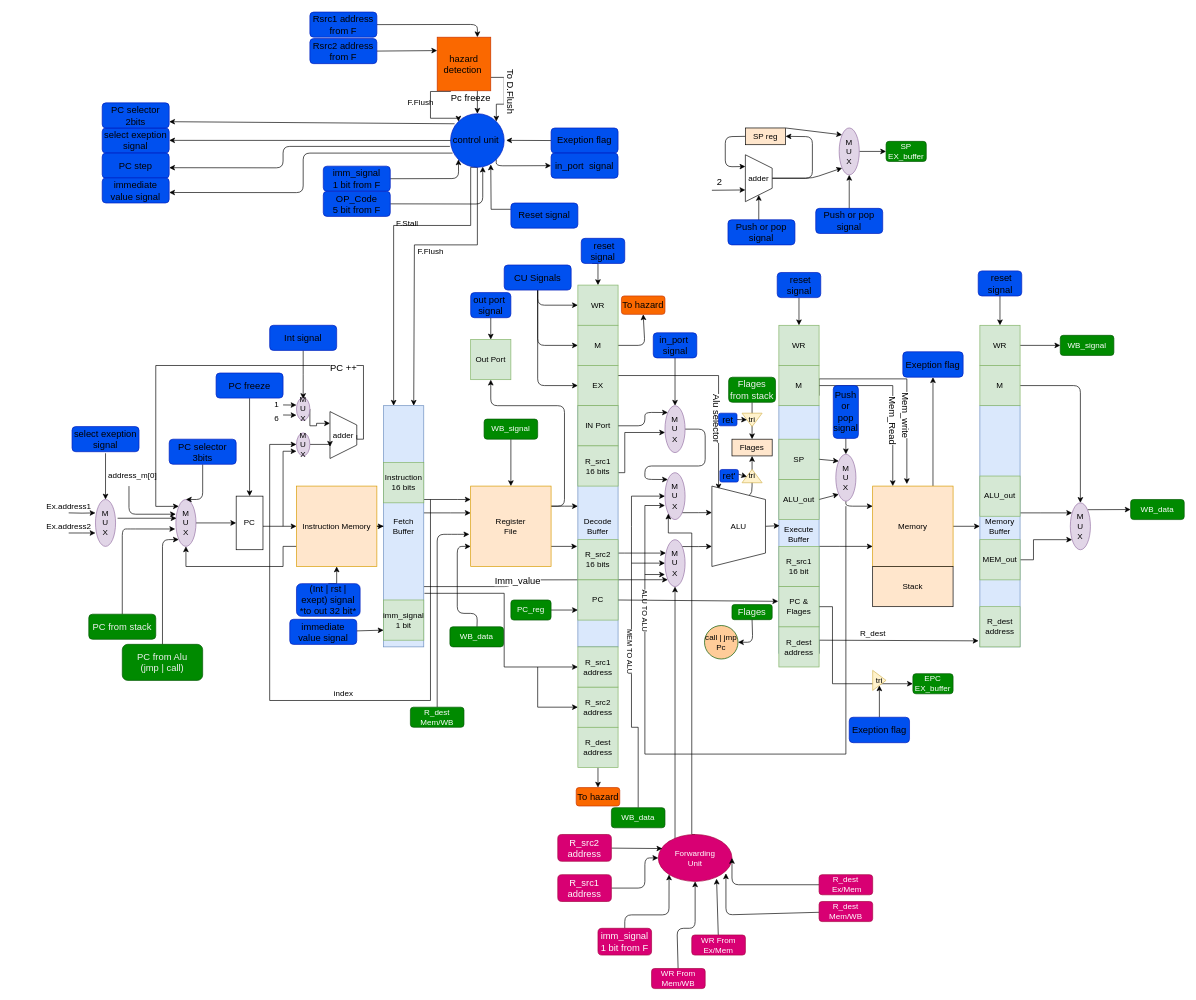
menna15/RISCPiP keeps this draw.io diagram as labeled_Schema.drawio. Above is the earlier version. Source tidied: cells renumbered, new cells numbered last; positions are measured from the earlier drawing's top-left corner, leaving out a move shared by most shapes. Both pictures are drawn from the tidied source at 67%, with x=0, y=0 at pixel (42, 11).
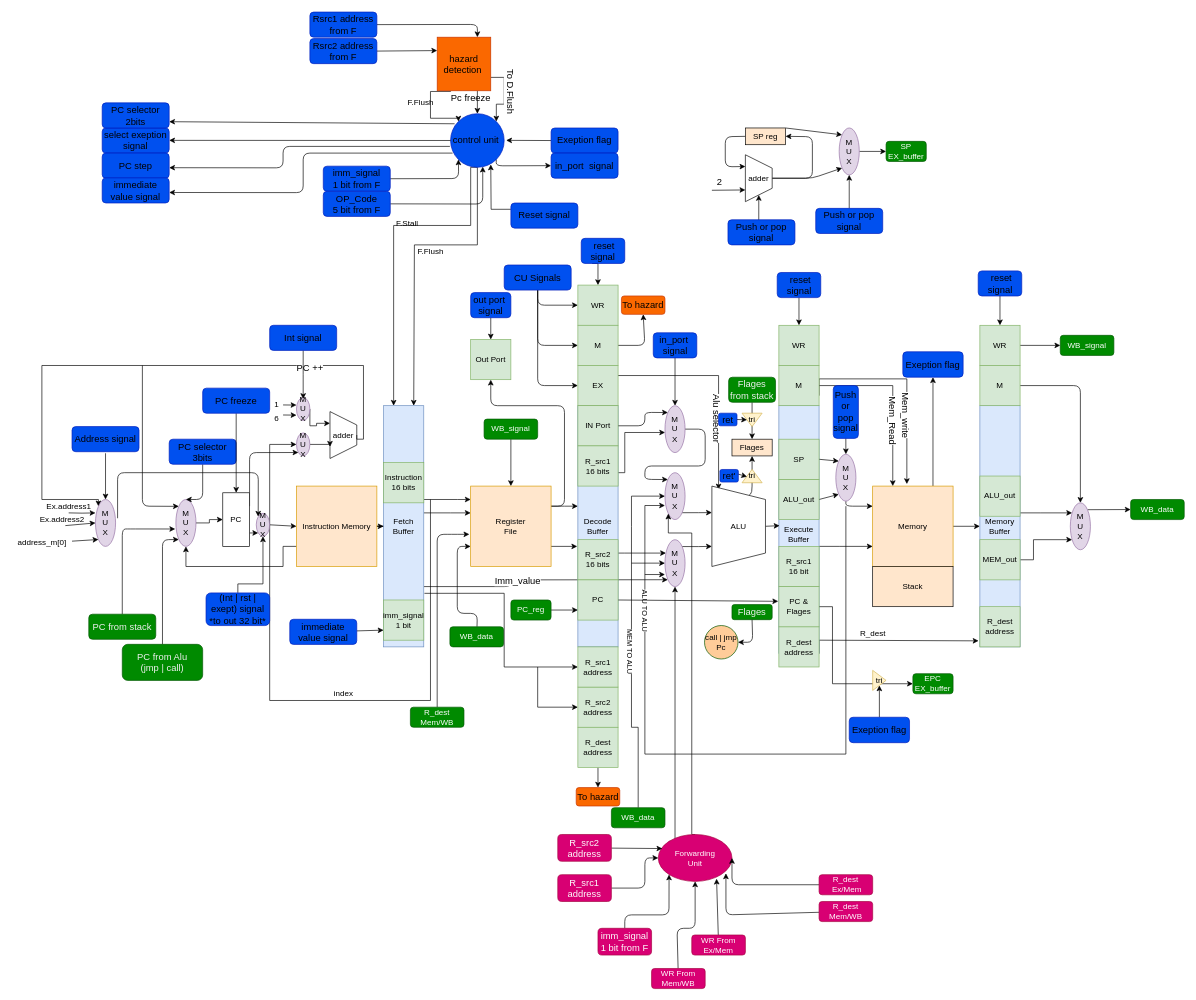
Above is the later version.

The change refers to these unchanged cells:
```xml
<mxCell id="4" value="&lt;font color=&quot;#000000&quot;&gt;Instruction Memory&lt;/font&gt;" style="whiteSpace=wrap;html=1;fillColor=#ffe6cc;strokeColor=#d79b00;" parent="1" vertex="1">
  <mxGeometry x="380" y="708" width="120" height="120" as="geometry" />
</mxCell>
<mxCell id="68" value="&lt;div&gt;&lt;font color=&quot;#000000&quot;&gt;M&lt;/font&gt;&lt;/div&gt;&lt;div&gt;&lt;font color=&quot;#000000&quot;&gt;U&lt;/font&gt;&lt;/div&gt;&lt;div&gt;&lt;font color=&quot;#000000&quot;&gt;X&lt;/font&gt;&lt;/div&gt;" style="ellipse;whiteSpace=wrap;html=1;fillColor=#e1d5e7;strokeColor=#9673a6;" parent="1" vertex="1">
  <mxGeometry x="200" y="728" width="30" height="70" as="geometry" />
</mxCell>
<mxCell id="70" value="adder" style="shape=trapezoid;perimeter=trapezoidPerimeter;whiteSpace=wrap;html=1;fixedSize=1;direction=south;" parent="1" vertex="1">
  <mxGeometry x="430" y="596.8" width="40" height="70" as="geometry" />
</mxCell>
<mxCell id="94" value="&lt;div&gt;&lt;font color=&quot;#000000&quot;&gt;M&lt;/font&gt;&lt;/div&gt;&lt;div&gt;&lt;font color=&quot;#000000&quot;&gt;U&lt;/font&gt;&lt;/div&gt;&lt;div&gt;&lt;font color=&quot;#000000&quot;&gt;X&lt;/font&gt;&lt;/div&gt;" style="ellipse;whiteSpace=wrap;html=1;fillColor=#e1d5e7;strokeColor=#9673a6;" parent="1" vertex="1">
  <mxGeometry x="80" y="728" width="30" height="70" as="geometry" />
</mxCell>
<mxCell id="211" value="&lt;div&gt;&lt;font color=&quot;#000000&quot;&gt;M&lt;/font&gt;&lt;/div&gt;&lt;div&gt;&lt;font color=&quot;#000000&quot;&gt;U&lt;/font&gt;&lt;/div&gt;&lt;div&gt;&lt;font color=&quot;#000000&quot;&gt;X&lt;/font&gt;&lt;/div&gt;" style="ellipse;whiteSpace=wrap;html=1;fillColor=#e1d5e7;strokeColor=#9673a6;" parent="1" vertex="1">
  <mxGeometry x="380" y="628.6" width="20" height="34.4" as="geometry" />
</mxCell>
```

What changed in the source:
```diff
@@
-    <mxCell id="5" style="edgeStyle=orthogonalEdgeStyle;rounded=0;jettySize=auto;html=1;entryX=0;entryY=0.5;entryDx=0;entryDy=0;" parent="1" edge="1" source="6" target="4">
-      <mxGeometry relative="1" as="geometry">
-        <Array as="points">
-          <mxPoint x="360" y="768" />
-          <mxPoint x="360" y="768" />
-        </Array>
-      </mxGeometry>
-    </mxCell>
+    <mxCell id="245" style="edgeStyle=none;html=1;exitX=0.75;exitY=0;exitDx=0;exitDy=0;entryX=0;entryY=1;entryDx=0;entryDy=0;" parent="1" edge="1" source="6" target="250">
+      <mxGeometry relative="1" as="geometry" />
+    </mxCell>
+    <mxCell id="246" style="edgeStyle=none;html=1;exitX=0.25;exitY=0;exitDx=0;exitDy=0;entryX=0;entryY=1;entryDx=0;entryDy=0;" parent="1" edge="1" source="6" target="211">
+      <mxGeometry relative="1" as="geometry">
+        <Array as="points">
+          <mxPoint x="310" y="658" />
+        </Array>
+      </mxGeometry>
+    </mxCell>
     <mxCell id="6" value="PC" style="rounded=0;whiteSpace=wrap;html=1;direction=south;" parent="1" vertex="1">
-      <mxGeometry x="290" y="723" width="40" height="80" as="geometry" />
+      <mxGeometry x="270" y="718" width="40" height="80" as="geometry" />
     </mxCell>
@@
-    <mxCell id="69" style="edgeStyle=orthogonalEdgeStyle;rounded=0;orthogonalLoop=1;jettySize=auto;html=1;exitX=0.75;exitY=1;exitDx=0;exitDy=0;endArrow=classic;endFill=1;" parent="1" edge="1">
-      <mxGeometry relative="1" as="geometry">
-        <mxPoint x="360" y="768" as="sourcePoint" />
-        <mxPoint x="380" y="656" as="targetPoint" />
-        <Array as="points">
-          <mxPoint x="360" y="656" />
-        </Array>
-      </mxGeometry>
-    </mxCell>
@@
-    <mxCell id="71" style="edgeStyle=orthogonalEdgeStyle;rounded=0;jettySize=auto;html=1;endArrow=classic;endFill=1;entryX=0;entryY=0;entryDx=0;entryDy=0;exitX=0.5;exitY=0;exitDx=0;exitDy=0;" parent="1" edge="1" source="70" target="68">
+    <mxCell id="71" style="edgeStyle=orthogonalEdgeStyle;rounded=0;jettySize=auto;html=1;endArrow=classic;endFill=1;entryX=0;entryY=0;entryDx=0;entryDy=0;exitX=0.5;exitY=0;exitDx=0;exitDy=0;" parent="1" edge="1" source="70" target="94">
       <mxGeometry relative="1" as="geometry">
         <Array as="points">
+          <mxPoint x="470" y="638" />
           <mxPoint x="480" y="638" />
           <mxPoint x="480" y="528" />
-          <mxPoint x="170" y="528" />
-          <mxPoint x="170" y="738" />
+          <mxPoint y="528" />
+          <mxPoint y="728" />
+          <mxPoint x="84" y="728" />
         </Array>
       </mxGeometry>
     </mxCell>
@@
     <mxCell id="74" value="Ex.address2" style="text;html=1;align=center;verticalAlign=middle;points=[];fillColor=none;strokeColor=none;rounded=0;" parent="1" vertex="1">
-      <mxGeometry y="758" width="80" height="20" as="geometry" />
+      <mxGeometry x="-10" y="748" width="80" height="20" as="geometry" />
     </mxCell>
@@
-    <mxCell id="93" style="endArrow=classic;html=1;rounded=0;" parent="1" edge="1">
-      <mxGeometry relative="1" as="geometry">
-        <mxPoint x="40" y="778" as="sourcePoint" />
-        <mxPoint x="80" y="778" as="targetPoint" />
-        <Array as="points">
-          <mxPoint x="60" y="778" />
-        </Array>
-      </mxGeometry>
+    <mxCell id="93" style="endArrow=classic;html=1;rounded=0;entryX=0;entryY=0.5;entryDx=0;entryDy=0;exitX=0.563;exitY=0.95;exitDx=0;exitDy=0;exitPerimeter=0;" parent="1" edge="1" source="74" target="94">
+      <mxGeometry relative="1" as="geometry" />
     </mxCell>
@@
-    <mxCell id="96" style="endArrow=classic;html=1;exitX=1.1;exitY=0.4;exitDx=0;exitDy=0;entryX=0.033;entryY=0.4;entryDx=0;entryDy=0;entryPerimeter=0;exitPerimeter=0;" parent="1" edge="1" source="94" target="68">
-      <mxGeometry relative="1" as="geometry" />
+    <mxCell id="96" style="endArrow=classic;html=1;exitX=1.1;exitY=0.4;exitDx=0;exitDy=0;entryX=0;entryY=0;entryDx=0;entryDy=0;exitPerimeter=0;" parent="1" edge="1" source="94" target="250">
+      <mxGeometry relative="1" as="geometry">
+        <Array as="points">
+          <mxPoint x="113" y="688" />
+          <mxPoint x="323" y="688" />
+        </Array>
+      </mxGeometry>
     </mxCell>
@@
-    <mxCell id="138" value="&lt;span style=&quot;font-size: 14px&quot;&gt;&lt;font color=&quot;#000000&quot;&gt;select exeption signal&lt;/font&gt;&lt;/span&gt;" style="rounded=1;whiteSpace=wrap;html=1;fillColor=#0050ef;strokeColor=#001DBC;fontColor=#ffffff;" parent="1" vertex="1">
+    <mxCell id="138" value="&lt;span style=&quot;font-size: 14px&quot;&gt;&lt;font color=&quot;#000000&quot;&gt;Address signal&lt;/font&gt;&lt;/span&gt;" style="rounded=1;whiteSpace=wrap;html=1;fillColor=#0050ef;strokeColor=#001DBC;fontColor=#ffffff;" parent="1" vertex="1">
       <mxGeometry x="45" y="619.2" width="100" height="37.5" as="geometry" />
     </mxCell>
@@
     <mxCell id="146" value="&lt;span style=&quot;font-size: 14px&quot;&gt;&lt;font color=&quot;#000000&quot;&gt;PC freeze&lt;/font&gt;&lt;/span&gt;" style="rounded=1;whiteSpace=wrap;html=1;fillColor=#0050ef;strokeColor=#001DBC;fontColor=#ffffff;" parent="1" vertex="1">
-      <mxGeometry x="260" y="539.2" width="100" height="37.5" as="geometry" />
+      <mxGeometry x="240" y="561.8" width="100" height="37.5" as="geometry" />
     </mxCell>
@@
-    <mxCell id="221" style="edgeStyle=orthogonalEdgeStyle;rounded=0;jettySize=auto;html=1;exitX=0.5;exitY=0;exitDx=0;exitDy=0;entryX=0.5;entryY=1;entryDx=0;entryDy=0;" parent="1" edge="1" source="222" target="4">
+    <mxCell id="221" style="edgeStyle=orthogonalEdgeStyle;rounded=0;jettySize=auto;html=1;exitX=0.5;exitY=0;exitDx=0;exitDy=0;entryX=0.5;entryY=1;entryDx=0;entryDy=0;" parent="1" edge="1" source="222" target="250">
       <mxGeometry relative="1" as="geometry">
         <Array as="points">
-          <mxPoint x="440" y="854" />
+          <mxPoint x="293" y="854" />
+          <mxPoint x="330" y="854" />
         </Array>
       </mxGeometry>
     </mxCell>
     <mxCell id="222" value="&lt;span style=&quot;color: rgb(0 , 0 , 0) ; font-size: 14px&quot;&gt;(Int | rst | exept)&lt;/span&gt;&lt;font color=&quot;#000000&quot;&gt;&lt;span style=&quot;font-size: 14px&quot;&gt;&amp;nbsp;signal *to out 32 bit*&lt;/span&gt;&lt;/font&gt;" style="rounded=1;whiteSpace=wrap;html=1;fillColor=#0050ef;strokeColor=#001DBC;fontColor=#ffffff;" parent="1" vertex="1">
-      <mxGeometry x="380" y="853.6" width="95" height="48.8" as="geometry" />
+      <mxGeometry x="245" y="867.4" width="95" height="48.8" as="geometry" />
     </mxCell>
@@
-    <mxCell id="229" style="endArrow=classic;html=1;entryX=0;entryY=0.314;entryDx=0;entryDy=0;entryPerimeter=0;" parent="1" edge="1" target="68">
-      <mxGeometry relative="1" as="geometry">
-        <mxPoint x="130" y="708" as="sourcePoint" />
-        <Array as="points">
-          <mxPoint x="130" y="750" />
-        </Array>
-      </mxGeometry>
-    </mxCell>
+    <mxCell id="247" style="edgeStyle=none;html=1;entryX=0;entryY=1;entryDx=0;entryDy=0;" parent="1" edge="1" source="230" target="94">
+      <mxGeometry relative="1" as="geometry" />
+    </mxCell>
     <mxCell id="230" value="address_m[0]" style="text;html=1;align=center;verticalAlign=middle;points=[];fillColor=none;strokeColor=none;rounded=0;" parent="1" vertex="1">
-      <mxGeometry x="90" y="682.5" width="90" height="20" as="geometry" />
+      <mxGeometry x="-45" y="783" width="90" height="20" as="geometry" />
     </mxCell>
@@
+    <mxCell id="248" style="endArrow=classic;html=1;entryX=0;entryY=0;entryDx=0;entryDy=0;" parent="1" edge="1" target="68">
+      <mxGeometry relative="1" as="geometry">
+        <mxPoint x="150" y="528" as="sourcePoint" />
+        <Array as="points">
+          <mxPoint x="150" y="738" />
+        </Array>
+      </mxGeometry>
+    </mxCell>
+    <mxCell id="249" style="edgeStyle=none;html=1;exitX=1;exitY=0.5;exitDx=0;exitDy=0;entryX=0;entryY=0.5;entryDx=0;entryDy=0;" parent="1" edge="1" source="250" target="4">
+      <mxGeometry relative="1" as="geometry" />
+    </mxCell>
+    <mxCell id="250" value="&lt;div&gt;&lt;font color=&quot;#000000&quot;&gt;M&lt;/font&gt;&lt;/div&gt;&lt;div&gt;&lt;font color=&quot;#000000&quot;&gt;U&lt;/font&gt;&lt;/div&gt;&lt;div&gt;&lt;font color=&quot;#000000&quot;&gt;X&lt;/font&gt;&lt;/div&gt;" style="ellipse;whiteSpace=wrap;html=1;fillColor=#e1d5e7;strokeColor=#9673a6;" parent="1" vertex="1">
+      <mxGeometry x="320" y="748.6" width="20" height="34.4" as="geometry" />
+    </mxCell>
```
